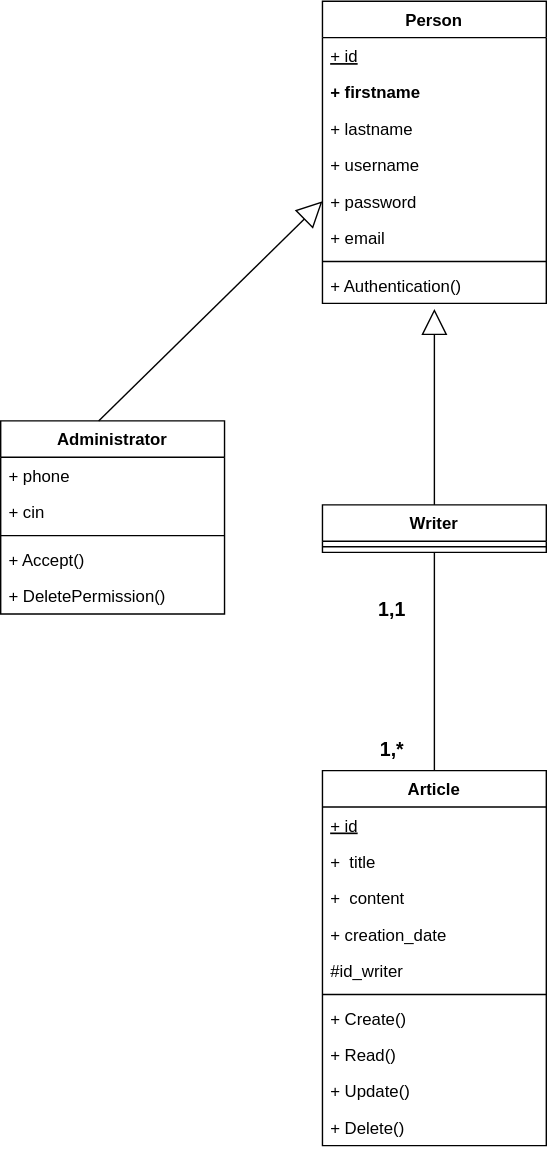
abdelalicode/YouCrafting keeps this draw.io diagram as UML.drawio.svg. Above is the earlier version. Source tidied: cells renumbered, new cells last; positions are measured from the earlier drawing's top-left corner, leaving out a move shared by most shapes.
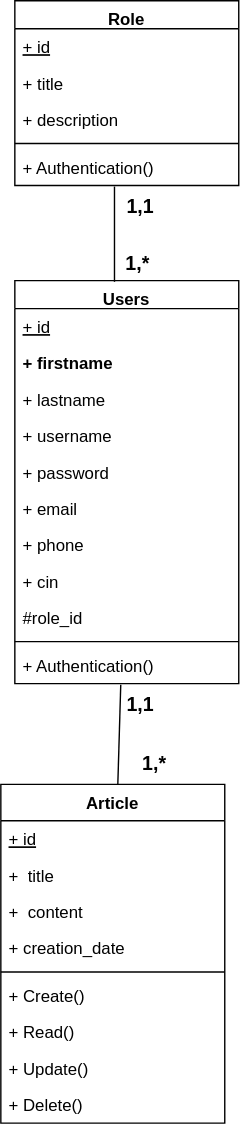
After the commit.

What changed in the source:
```diff
@@ -2,65 +2,50 @@
   <root>
     <mxCell id="0" />
     <mxCell id="1" parent="0" />
-    <mxCell id="2" value="Administrator" style="swimlane;fontStyle=1;align=center;verticalAlign=top;horizontal=1;startSize=26;" parent="1" vertex="1">
-      <mxGeometry y="300" width="160" height="138" as="geometry" />
-    </mxCell>
-    <mxCell id="3" value="+ phone" style="text;strokeColor=none;fillColor=none;align=left;verticalAlign=top;spacingLeft=4;spacingRight=4;overflow=hidden;" parent="2" vertex="1">
-      <mxGeometry y="26" width="160" height="26" as="geometry" />
-    </mxCell>
-    <mxCell id="4" value="+ cin" style="text;strokeColor=none;fillColor=none;align=left;verticalAlign=top;spacingLeft=4;spacingRight=4;overflow=hidden;" parent="2" vertex="1">
-      <mxGeometry y="52" width="160" height="26" as="geometry" />
-    </mxCell>
-    <mxCell id="5" style="line;strokeWidth=1;fillColor=none;align=left;verticalAlign=middle;spacingTop=-1;spacingLeft=3;spacingRight=3;labelPosition=right;strokeColor=inherit;" parent="2" vertex="1">
-      <mxGeometry y="78" width="160" height="8" as="geometry" />
-    </mxCell>
-    <mxCell id="6" value="+ Accept()" style="text;strokeColor=none;fillColor=none;align=left;verticalAlign=top;spacingLeft=4;spacingRight=4;overflow=hidden;" parent="2" vertex="1">
-      <mxGeometry y="86" width="160" height="26" as="geometry" />
-    </mxCell>
-    <mxCell id="7" value="+ DeletePermission()" style="text;strokeColor=none;fillColor=none;align=left;verticalAlign=top;spacingLeft=4;spacingRight=4;overflow=hidden;" parent="2" vertex="1">
-      <mxGeometry y="112" width="160" height="26" as="geometry" />
-    </mxCell>
-    <mxCell id="8" value="Person" style="swimlane;fontStyle=1;align=center;verticalAlign=top;horizontal=1;startSize=26;" parent="1" vertex="1">
-      <mxGeometry x="230" width="160" height="216" as="geometry" />
+    <mxCell id="8" value="Users" style="swimlane;fontStyle=1;align=center;verticalAlign=top;horizontal=1;startSize=20;" parent="1" vertex="1">
+      <mxGeometry x="240" y="190" width="160" height="288" as="geometry" />
     </mxCell>
     <mxCell id="9" value="+ id" style="text;strokeColor=none;fillColor=none;align=left;verticalAlign=top;spacingLeft=4;spacingRight=4;overflow=hidden;fontStyle=4;" parent="8" vertex="1">
-      <mxGeometry y="26" width="160" height="26" as="geometry" />
+      <mxGeometry y="20" width="160" height="26" as="geometry" />
     </mxCell>
     <mxCell id="10" value="+ firstname" style="text;strokeColor=none;fillColor=none;align=left;verticalAlign=top;spacingLeft=4;spacingRight=4;overflow=hidden;fontStyle=1;" parent="8" vertex="1">
-      <mxGeometry y="52" width="160" height="26" as="geometry" />
+      <mxGeometry y="46" width="160" height="26" as="geometry" />
     </mxCell>
     <mxCell id="11" value="+ lastname" style="text;strokeColor=none;fillColor=none;align=left;verticalAlign=top;spacingLeft=4;spacingRight=4;overflow=hidden;" parent="8" vertex="1">
-      <mxGeometry y="78" width="160" height="26" as="geometry" />
+      <mxGeometry y="72" width="160" height="26" as="geometry" />
     </mxCell>
     <mxCell id="12" value="+ username" style="text;strokeColor=none;fillColor=none;align=left;verticalAlign=top;spacingLeft=4;spacingRight=4;overflow=hidden;" parent="8" vertex="1">
-      <mxGeometry y="104" width="160" height="26" as="geometry" />
+      <mxGeometry y="98" width="160" height="26" as="geometry" />
     </mxCell>
     <mxCell id="13" value="+ password" style="text;strokeColor=none;fillColor=none;align=left;verticalAlign=top;spacingLeft=4;spacingRight=4;overflow=hidden;points=[[0,0.5],[1,0.5]];portConstraint=eastwest;" parent="8" vertex="1">
-      <mxGeometry y="130" width="160" height="26" as="geometry" />
+      <mxGeometry y="124" width="160" height="26" as="geometry" />
     </mxCell>
     <mxCell id="14" value="+ email" style="text;strokeColor=none;fillColor=none;align=left;verticalAlign=top;spacingLeft=4;spacingRight=4;overflow=hidden;" parent="8" vertex="1">
-      <mxGeometry y="156" width="160" height="26" as="geometry" />
+      <mxGeometry y="150" width="160" height="26" as="geometry" />
     </mxCell>
+    <mxCell id="3" value="+ phone" style="text;strokeColor=none;fillColor=none;align=left;verticalAlign=top;spacingLeft=4;spacingRight=4;overflow=hidden;" parent="8" vertex="1">
+      <mxGeometry y="176" width="160" height="26" as="geometry" />
+    </mxCell>
+    <mxCell id="4" value="+ cin" style="text;strokeColor=none;fillColor=none;align=left;verticalAlign=top;spacingLeft=4;spacingRight=4;overflow=hidden;" parent="8" vertex="1">
+      <mxGeometry y="202" width="160" height="26" as="geometry" />
+    </mxCell>
+    <mxCell id="35" value="#role_id" style="text;strokeColor=none;fillColor=none;align=left;verticalAlign=top;spacingLeft=4;spacingRight=4;overflow=hidden;" parent="8" vertex="1">
+      <mxGeometry y="228" width="160" height="26" as="geometry" />
+    </mxCell>
     <mxCell id="15" style="line;strokeWidth=1;fillColor=none;align=left;verticalAlign=middle;spacingTop=-1;spacingLeft=3;spacingRight=3;labelPosition=right;strokeColor=inherit;" parent="8" vertex="1">
-      <mxGeometry y="182" width="160" height="8" as="geometry" />
+      <mxGeometry y="254" width="160" height="8" as="geometry" />
     </mxCell>
     <mxCell id="16" value="+ Authentication()" style="text;strokeColor=none;fillColor=none;align=left;verticalAlign=top;spacingLeft=4;spacingRight=4;overflow=hidden;points=[[0,0.5],[1,0.5]];portConstraint=eastwest;" parent="8" vertex="1">
-      <mxGeometry y="190" width="160" height="26" as="geometry" />
+      <mxGeometry y="262" width="160" height="26" as="geometry" />
     </mxCell>
     <mxCell id="17" value="&lt;b&gt;&lt;font style=&quot;font-size: 14px;&quot;&gt;1,*&lt;/font&gt;&lt;/b&gt;" style="text;html=1;strokeColor=none;fillColor=none;align=center;verticalAlign=middle;whiteSpace=wrap;rounded=0;" parent="1" vertex="1">
-      <mxGeometry x="250" y="520" width="60" height="30" as="geometry" />
+      <mxGeometry x="310" y="520" width="60" height="30" as="geometry" />
     </mxCell>
-    <mxCell id="18" value="Writer" style="swimlane;fontStyle=1;align=center;verticalAlign=top;horizontal=1;startSize=26;" parent="1" vertex="1">
-      <mxGeometry x="230" y="360" width="160" height="34" as="geometry" />
-    </mxCell>
-    <mxCell id="19" style="line;strokeWidth=1;fillColor=none;align=left;verticalAlign=middle;spacingTop=-1;spacingLeft=3;spacingRight=3;labelPosition=right;points=[];portConstraint=eastwest;strokeColor=inherit;" parent="18" vertex="1">
-      <mxGeometry y="26" width="160" height="8" as="geometry" />
-    </mxCell>
-    <mxCell id="20" style="endArrow=none;html=1;startArrow=none;" parent="1" edge="1" source="21" target="19">
+    <mxCell id="20" style="endArrow=none;html=1;startArrow=none;entryX=0.473;entryY=1.031;entryDx=0;entryDy=0;entryPerimeter=0;" parent="1" edge="1" source="21" target="16">
       <mxGeometry relative="1" as="geometry" />
     </mxCell>
     <mxCell id="21" value="Article" style="swimlane;fontStyle=1;align=center;verticalAlign=top;horizontal=1;startSize=26;" parent="1" vertex="1">
-      <mxGeometry x="230" y="550" width="160" height="268" as="geometry" />
+      <mxGeometry x="230" y="550" width="160" height="242" as="geometry" />
     </mxCell>
     <mxCell id="22" value="+ id" style="text;strokeColor=none;fillColor=none;align=left;verticalAlign=top;spacingLeft=4;spacingRight=4;overflow=hidden;fontStyle=4;" parent="21" vertex="1">
       <mxGeometry y="26" width="160" height="26" as="geometry" />
@@ -74,36 +59,50 @@
     <mxCell id="25" value="+ creation_date" style="text;strokeColor=none;fillColor=none;align=left;verticalAlign=top;spacingLeft=4;spacingRight=4;overflow=hidden;" parent="21" vertex="1">
       <mxGeometry y="104" width="160" height="26" as="geometry" />
     </mxCell>
-    <mxCell id="26" value="#id_writer" style="text;strokeColor=none;fillColor=none;align=left;verticalAlign=top;spacingLeft=4;spacingRight=4;overflow=hidden;" parent="21" vertex="1">
-      <mxGeometry y="130" width="160" height="26" as="geometry" />
-    </mxCell>
     <mxCell id="27" style="line;strokeWidth=1;fillColor=none;align=left;verticalAlign=middle;spacingTop=-1;spacingLeft=3;spacingRight=3;labelPosition=right;strokeColor=inherit;" parent="21" vertex="1">
-      <mxGeometry y="156" width="160" height="8" as="geometry" />
+      <mxGeometry y="130" width="160" height="8" as="geometry" />
     </mxCell>
     <mxCell id="28" value="+ Create()" style="text;strokeColor=none;fillColor=none;align=left;verticalAlign=top;spacingLeft=4;spacingRight=4;overflow=hidden;" parent="21" vertex="1">
-      <mxGeometry y="164" width="160" height="26" as="geometry" />
+      <mxGeometry y="138" width="160" height="26" as="geometry" />
     </mxCell>
     <mxCell id="29" value="+ Read()" style="text;strokeColor=none;fillColor=none;align=left;verticalAlign=top;spacingLeft=4;spacingRight=4;overflow=hidden;" parent="21" vertex="1">
-      <mxGeometry y="190" width="160" height="26" as="geometry" />
+      <mxGeometry y="164" width="160" height="26" as="geometry" />
     </mxCell>
     <mxCell id="30" value="+ Update()" style="text;strokeColor=none;fillColor=none;align=left;verticalAlign=top;spacingLeft=4;spacingRight=4;overflow=hidden;" parent="21" vertex="1">
-      <mxGeometry y="216" width="160" height="26" as="geometry" />
+      <mxGeometry y="190" width="160" height="26" as="geometry" />
     </mxCell>
     <mxCell id="31" value="+ Delete()" style="text;strokeColor=none;fillColor=none;align=left;verticalAlign=top;spacingLeft=4;spacingRight=4;overflow=hidden;" parent="21" vertex="1">
-      <mxGeometry y="242" width="160" height="26" as="geometry" />
+      <mxGeometry y="216" width="160" height="26" as="geometry" />
     </mxCell>
-    <mxCell id="32" value="&lt;b&gt;&lt;font style=&quot;font-size: 14px;&quot;&gt;1,1&lt;/font&gt;&lt;/b&gt;" style="text;html=1;strokeColor=none;fillColor=none;align=center;verticalAlign=middle;whiteSpace=wrap;rounded=0;" parent="1" vertex="1">
-      <mxGeometry x="200" y="420" width="160" height="30" as="geometry" />
-    </mxCell>
-    <mxCell id="33" style="endArrow=block;endSize=16;endFill=0;html=1;exitX=0.5;exitY=0;exitDx=0;exitDy=0;" parent="1" edge="1" source="18">
-      <mxGeometry relative="1" as="geometry">
-        <mxPoint x="310" y="220" as="targetPoint" />
-      </mxGeometry>
-    </mxCell>
-    <mxCell id="34" style="endArrow=block;endSize=16;endFill=0;html=1;exitX=0.5;exitY=0;exitDx=0;exitDy=0;entryX=0;entryY=0.5;entryDx=0;entryDy=0;" parent="1" edge="1" target="13">
-      <mxGeometry relative="1" as="geometry">
-        <mxPoint x="70" y="300" as="sourcePoint" />
-      </mxGeometry>
-    </mxCell>
+    <mxCell id="36" value="Role" style="swimlane;fontStyle=1;align=center;verticalAlign=top;horizontal=1;startSize=20;" parent="1" vertex="1">
+      <mxGeometry x="240" y="-10" width="160" height="132" as="geometry" />
+    </mxCell>
+    <mxCell id="37" value="+ id" style="text;strokeColor=none;fillColor=none;align=left;verticalAlign=top;spacingLeft=4;spacingRight=4;overflow=hidden;fontStyle=4;" parent="36" vertex="1">
+      <mxGeometry y="20" width="160" height="26" as="geometry" />
+    </mxCell>
+    <mxCell id="38" value="+ title" style="text;strokeColor=none;fillColor=none;align=left;verticalAlign=top;spacingLeft=4;spacingRight=4;overflow=hidden;" parent="36" vertex="1">
+      <mxGeometry y="46" width="160" height="26" as="geometry" />
+    </mxCell>
+    <mxCell id="39" value="+ description" style="text;strokeColor=none;fillColor=none;align=left;verticalAlign=top;spacingLeft=4;spacingRight=4;overflow=hidden;" parent="36" vertex="1">
+      <mxGeometry y="72" width="160" height="26" as="geometry" />
+    </mxCell>
+    <mxCell id="40" style="line;strokeWidth=1;fillColor=none;align=left;verticalAlign=middle;spacingTop=-1;spacingLeft=3;spacingRight=3;labelPosition=right;strokeColor=inherit;" parent="36" vertex="1">
+      <mxGeometry y="98" width="160" height="8" as="geometry" />
+    </mxCell>
+    <mxCell id="41" value="+ Authentication()" style="text;strokeColor=none;fillColor=none;align=left;verticalAlign=top;spacingLeft=4;spacingRight=4;overflow=hidden;points=[[0,0.5],[1,0.5]];portConstraint=eastwest;" parent="36" vertex="1">
+      <mxGeometry y="106" width="160" height="26" as="geometry" />
+    </mxCell>
+    <mxCell id="42" value="&lt;b&gt;&lt;font style=&quot;font-size: 14px;&quot;&gt;1,1&lt;/font&gt;&lt;/b&gt;" style="text;html=1;strokeColor=none;fillColor=none;align=center;verticalAlign=middle;whiteSpace=wrap;rounded=0;" parent="1" vertex="1">
+      <mxGeometry x="300" y="478" width="60" height="30" as="geometry" />
+    </mxCell>
+    <mxCell id="43" style="endArrow=none;html=1;exitX=0.445;exitY=0.003;exitDx=0;exitDy=0;exitPerimeter=0;entryX=0.445;entryY=1.031;entryDx=0;entryDy=0;entryPerimeter=0;" parent="1" edge="1" source="8" target="41">
+      <mxGeometry relative="1" as="geometry" />
+    </mxCell>
+    <mxCell id="44" value="&lt;b&gt;&lt;font style=&quot;font-size: 14px;&quot;&gt;1,*&lt;/font&gt;&lt;/b&gt;" style="text;html=1;strokeColor=none;fillColor=none;align=center;verticalAlign=middle;whiteSpace=wrap;rounded=0;" parent="1" vertex="1">
+      <mxGeometry x="298" y="163" width="60" height="30" as="geometry" />
+    </mxCell>
+    <mxCell id="45" value="&lt;b&gt;&lt;font style=&quot;font-size: 14px;&quot;&gt;1,1&lt;/font&gt;&lt;/b&gt;" style="text;html=1;strokeColor=none;fillColor=none;align=center;verticalAlign=middle;whiteSpace=wrap;rounded=0;" parent="1" vertex="1">
+      <mxGeometry x="300" y="122" width="60" height="30" as="geometry" />
+    </mxCell>
   </root>
 </mxGraphModel>
```
